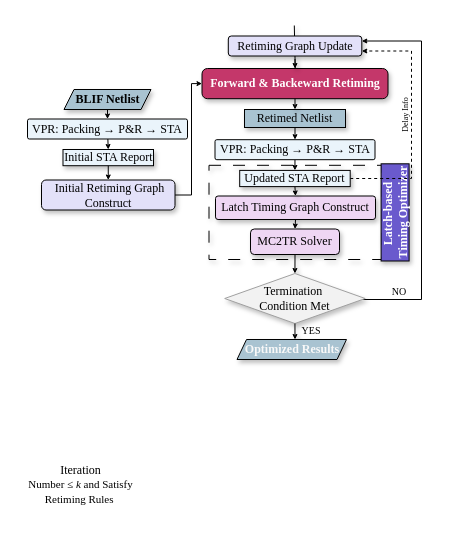
Above: TIRK.drawio in kxzhu0505/TIRL (draw.io), before the change. Source tidied: cells renumbered, new cells numbered last; positions are measured from the earlier drawing's top-left corner, leaving out a move shared by most shapes. Both pictures are drawn from the tidied source at 100%, with x=0, y=0 at pixel (21, -41).
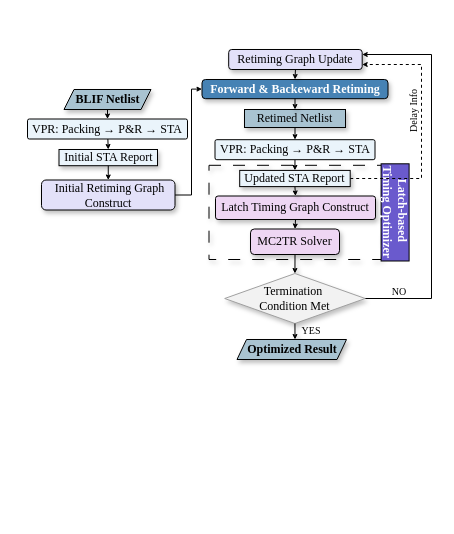
Above is the later version.

Unchanged cells that the change refers to:
```xml
<mxCell id="16" value="Termination&amp;nbsp;&lt;div&gt;Condition Met&lt;/div&gt;" style="rhombus;whiteSpace=wrap;html=1;fillColor=#F2F2F2;strokeColor=#A0A0A0;strokeWidth=1;fontFamily=Times New Roman;shadow=1;" parent="1" vertex="1">
  <mxGeometry x="203.2" y="314" width="140.5" height="50" as="geometry" />
</mxCell>
<mxCell id="20" value="&lt;font&gt;Updated STA Report&lt;/font&gt;" style="rounded=0;whiteSpace=wrap;html=1;fillColor=light-dark(#EAF4FB,#1D293B);strokeColor=#000000;strokeWidth=1;fontFamily=Times New Roman;shadow=1;" parent="1" vertex="1">
  <mxGeometry x="218.2" y="210.9" width="110.5" height="16.2" as="geometry" />
</mxCell>
<mxCell id="30" value="&amp;nbsp;Initial Retiming Graph Construct" style="rounded=1;whiteSpace=wrap;html=1;fillColor=#E3E1F9;strokeColor=#000000;fillStyle=auto;strokeWidth=1;fontFamily=Times New Roman;shadow=1;" parent="1" vertex="1">
  <mxGeometry x="20" y="220.5" width="133.5" height="30" as="geometry" />
</mxCell>
```

What changed in the source:
```diff
@@
     <mxCell id="4" style="edgeStyle=orthogonalEdgeStyle;rounded=0;orthogonalLoop=1;jettySize=auto;html=1;entryX=0;entryY=0.5;entryDx=0;entryDy=0;endSize=3;" parent="1" edge="1">
       <mxGeometry relative="1" as="geometry">
-        <mxPoint x="234.5" as="sourcePoint" />
+        <mxPoint x="105.5" y="86" as="sourcePoint" />
         <Array as="points">
-          <mxPoint x="180" />
-          <mxPoint x="180" y="89" />
+          <mxPoint x="51" y="86" />
+          <mxPoint x="51" y="175" />
         </Array>
       </mxGeometry>
     </mxCell>
@@
-    <mxCell id="8" style="endArrow=classic;html=1;rounded=0;exitX=0.5;exitY=1;exitDx=0;exitDy=0;strokeWidth=1;fontFamily=Times New Roman;endSize=3;shadow=1;entryX=0.5;entryY=0;entryDx=0;entryDy=0;" parent="1" edge="1">
-      <mxGeometry relative="1" as="geometry">
-        <mxPoint x="272.8" y="66" as="sourcePoint" />
-        <mxPoint x="274" y="120" as="targetPoint" />
-      </mxGeometry>
-    </mxCell>
-    <mxCell id="9" value="&lt;font&gt;&lt;b&gt;Forward &amp;amp; Backeward Retiming&lt;/b&gt;&lt;/font&gt;" style="rounded=1;whiteSpace=wrap;html=1;fillColor=#C4376A;strokeColor=#000000;arcSize=18;strokeWidth=1;fontFamily=Times New Roman;fontColor=#ffffff;shadow=1;" parent="1" vertex="1">
-      <mxGeometry x="180.5" y="109" width="186" height="30.2" as="geometry" />
+    <mxCell id="9" value="&lt;font&gt;&lt;b&gt;Forward &amp;amp; Backeward Retiming&lt;/b&gt;&lt;/font&gt;" style="rounded=1;whiteSpace=wrap;html=1;fillColor=#4682B4;strokeColor=#000000;arcSize=18;strokeWidth=1;fontFamily=Times New Roman;fontColor=#ffffff;shadow=1;" parent="1" vertex="1">
+      <mxGeometry x="180.5" y="120" width="186" height="19.2" as="geometry" />
     </mxCell>
@@
-    <mxCell id="12" style="endArrow=classic;html=1;rounded=0;exitX=0.5;exitY=1;exitDx=0;exitDy=0;strokeWidth=1;fontFamily=Times New Roman;endSize=3;entryX=0.5;entryY=0;entryDx=0;entryDy=0;shadow=1;" parent="1" edge="1" target="9">
-      <mxGeometry relative="1" as="geometry">
-        <mxPoint x="273.5" y="99.5" as="sourcePoint" />
-      </mxGeometry>
+    <mxCell id="12" style="endArrow=classic;html=1;rounded=0;exitX=0.5;exitY=1;exitDx=0;exitDy=0;strokeWidth=1;fontFamily=Times New Roman;endSize=3;entryX=0.5;entryY=0;entryDx=0;entryDy=0;shadow=1;" parent="1" edge="1" source="33" target="9">
+      <mxGeometry relative="1" as="geometry" />
     </mxCell>
-    <mxCell id="13" value="&lt;font&gt;&lt;b&gt;Latch-based&amp;nbsp;&lt;/b&gt;&lt;/font&gt;&lt;div&gt;&lt;b&gt;&lt;font&gt;Timing&amp;nbsp;&lt;/font&gt;&lt;span style=&quot;background-color: initial;&quot;&gt;Optimizer&lt;/span&gt;&lt;/b&gt;&lt;/div&gt;" style="rounded=0;whiteSpace=wrap;html=1;fillColor=#6A5ACD;strokeColor=#000000;arcSize=36;strokeWidth=1;fontFamily=Times New Roman;fontColor=#ffffff;shadow=1;rotation=-90;" parent="1" vertex="1">
+    <mxCell id="13" value="&lt;font&gt;&lt;b&gt;Latch-based&amp;nbsp;&lt;/b&gt;&lt;/font&gt;&lt;div&gt;&lt;b&gt;&lt;font&gt;Timing&amp;nbsp;&lt;/font&gt;&lt;span style=&quot;background-color: initial;&quot;&gt;Optimizer&lt;/span&gt;&lt;/b&gt;&lt;/div&gt;" style="rounded=0;whiteSpace=wrap;html=1;fillColor=#6A5ACD;strokeColor=#000000;arcSize=36;strokeWidth=1;fontFamily=Times New Roman;fontColor=#ffffff;shadow=0;rotation=90;" parent="1" vertex="1">
       <mxGeometry x="325" y="238.9" width="97.2" height="28" as="geometry" />
     </mxCell>
@@
     <mxCell id="15" style="edgeStyle=orthogonalEdgeStyle;rounded=0;jettySize=auto;html=1;entryX=1;entryY=0.25;entryDx=0;entryDy=0;endSize=3;" parent="1" edge="1" source="16" target="33">
       <mxGeometry relative="1" as="geometry">
         <Array as="points">
-          <mxPoint x="400" y="340" />
-          <mxPoint x="400" y="82" />
+          <mxPoint x="410" y="339" />
+          <mxPoint x="410" y="95" />
         </Array>
       </mxGeometry>
     </mxCell>
@@
-    <mxCell id="17" value="&lt;font&gt;Iteration&lt;br style=&quot;border-color: var(--border-color); font-size: 11px;&quot;&gt;&lt;span style=&quot;font-size: 11px;&quot;&gt;Number ≤&amp;nbsp;&lt;/span&gt;&lt;i style=&quot;border-color: var(--border-color); font-size: 11px;&quot;&gt;k&amp;nbsp;&lt;/i&gt;&lt;span style=&quot;font-size: 11px;&quot;&gt;and Satisfy Retiming Rules&amp;nbsp;&lt;/span&gt;&lt;/font&gt;" style="text;html=1;strokeColor=none;fillColor=none;align=center;verticalAlign=middle;whiteSpace=wrap;rounded=0;fontFamily=Times New Roman;shadow=1;strokeWidth=1;" parent="1" vertex="1">
-      <mxGeometry y="500" width="119" height="50" as="geometry" />
-    </mxCell>
@@
     <mxCell id="19" style="edgeStyle=orthogonalEdgeStyle;rounded=0;jettySize=auto;html=1;entryX=1;entryY=0.75;entryDx=0;entryDy=0;endSize=3;dashed=1;" parent="1" edge="1" source="20" target="33">
       <mxGeometry relative="1" as="geometry">
         <Array as="points">
-          <mxPoint x="390" y="219" />
-          <mxPoint x="390" y="92" />
+          <mxPoint x="400" y="219" />
+          <mxPoint x="400" y="105" />
         </Array>
       </mxGeometry>
     </mxCell>
@@
     <mxCell id="28" value="&lt;font&gt;Initial STA Report&lt;/font&gt;" style="rounded=0;whiteSpace=wrap;html=1;fillColor=light-dark(#EAF4FB,#1D293B);strokeColor=#000000;strokeWidth=1;fontFamily=Times New Roman;shadow=1;" parent="1" vertex="1">
-      <mxGeometry x="41.5" y="190" width="90.5" height="16.2" as="geometry" />
+      <mxGeometry x="37.5" y="190" width="98.5" height="16.2" as="geometry" />
     </mxCell>
     <mxCell id="29" style="edgeStyle=orthogonalEdgeStyle;rounded=0;jettySize=auto;html=1;entryX=0;entryY=0.5;entryDx=0;entryDy=0;endSize=3;" parent="1" edge="1" source="30" target="9">
       <mxGeometry relative="1" as="geometry">
         <Array as="points">
           <mxPoint x="170" y="236" />
-          <mxPoint x="170" y="124" />
+          <mxPoint x="170" y="130" />
+          <mxPoint x="181" y="130" />
         </Array>
       </mxGeometry>
     </mxCell>
@@
     <mxCell id="33" value="Retiming Graph Update" style="rounded=1;whiteSpace=wrap;html=1;fillColor=#E3E1F9;strokeColor=#000000;fillStyle=auto;strokeWidth=1;fontFamily=Times New Roman;shadow=1;" parent="1" vertex="1">
-      <mxGeometry x="206.8" y="76.5" width="133.5" height="20" as="geometry" />
+      <mxGeometry x="207.2" y="90" width="133.5" height="20" as="geometry" />
     </mxCell>
@@
-    <mxCell id="35" value="&lt;font style=&quot;color: rgb(248, 248, 248);&quot;&gt;&lt;b style=&quot;&quot;&gt;Optimized Results&lt;/b&gt;&lt;/font&gt;" style="shape=parallelogram;perimeter=parallelogramPerimeter;whiteSpace=wrap;html=1;fixedSize=1;fillColor=#A9C3D1;strokeColor=light-dark(#000000, #446e2c);strokeWidth=1;fontFamily=Times New Roman;shadow=1;size=9.5;" parent="1" vertex="1">
+    <mxCell id="35" value="&lt;font style=&quot;color: rgb(0, 0, 0);&quot;&gt;&lt;b style=&quot;&quot;&gt;Optimized Result&lt;/b&gt;&lt;/font&gt;" style="shape=parallelogram;perimeter=parallelogramPerimeter;whiteSpace=wrap;html=1;fixedSize=1;fillColor=#A9C3D1;strokeColor=light-dark(#000000, #446e2c);strokeWidth=1;fontFamily=Times New Roman;shadow=1;size=9.5;" parent="1" vertex="1">
       <mxGeometry x="215.5" y="380" width="109.5" height="20" as="geometry" />
     </mxCell>
-    <mxCell id="36" value="&lt;font style=&quot;font-size: 8px;&quot; face=&quot;Times New Roman&quot;&gt;Delay Info&lt;/font&gt;" style="text;whiteSpace=wrap;html=1;rotation=-90;" parent="1" vertex="1">
-      <mxGeometry x="343.8" y="150" width="50" as="geometry" />
+    <mxCell id="36" value="&lt;font style=&quot;font-size: 10px;&quot; face=&quot;Times New Roman&quot;&gt;Delay Info&lt;/font&gt;" style="text;whiteSpace=wrap;html=1;rotation=-90;" parent="1" vertex="1">
+      <mxGeometry x="353" y="150" width="50" as="geometry" />
     </mxCell>
```
